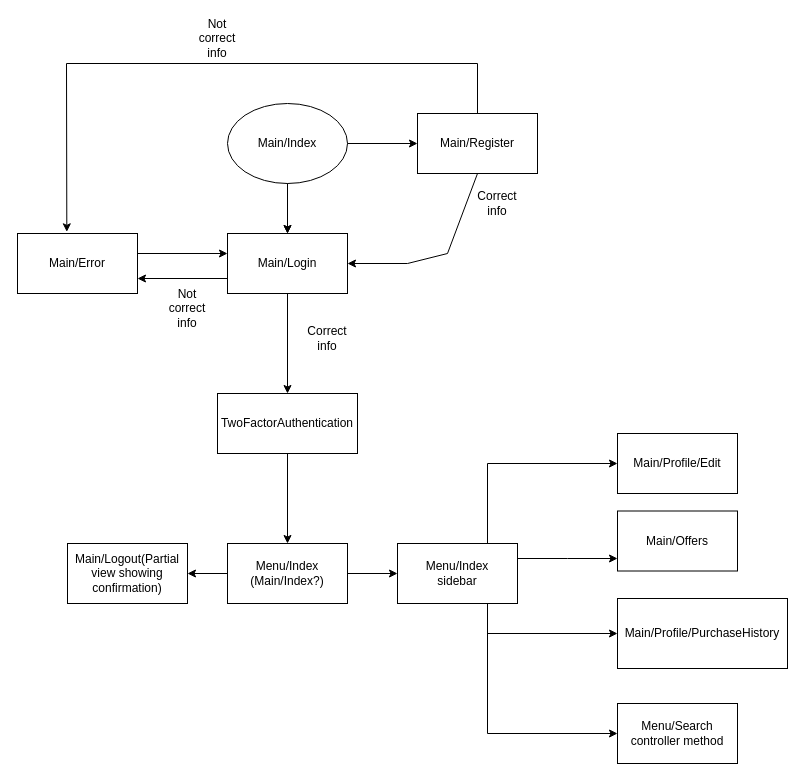
Earlier version of the draw.io diagram ERD and stuff/Flowchart.drawio (Smuglyak/EcommerceProject). Source tidied: cells renumbered, new cells numbered last; positions are measured from the earlier drawing's top-left corner, leaving out a move shared by most shapes. Both pictures are drawn from the tidied source at 100%, with x=0, y=0 at pixel (17, 23).
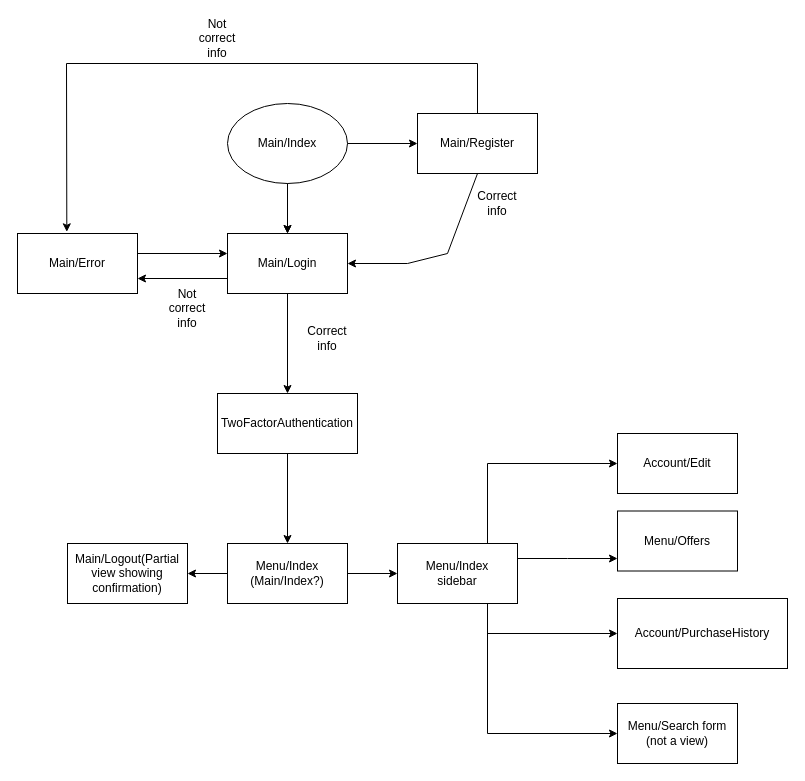
Above is the later version.

What changed in the source:
```diff
@@
-    <mxCell id="21" value="Main/Profile/PurchaseHistory" style="rounded=0;whiteSpace=wrap;html=1;" parent="1" vertex="1">
+    <mxCell id="21" value="Account/PurchaseHistory" style="rounded=0;whiteSpace=wrap;html=1;" parent="1" vertex="1">
       <mxGeometry x="600" y="575" width="170" height="70" as="geometry" />
     </mxCell>
-    <mxCell id="22" value="Main/Offers" style="rounded=0;whiteSpace=wrap;html=1;" parent="1" vertex="1">
+    <mxCell id="22" value="Menu/Offers" style="rounded=0;whiteSpace=wrap;html=1;" parent="1" vertex="1">
       <mxGeometry x="600" y="487.5" width="120" height="60" as="geometry" />
     </mxCell>
-    <mxCell id="23" value="Main/Profile/Edit" style="whiteSpace=wrap;html=1;rounded=0;" parent="1" vertex="1">
+    <mxCell id="23" value="Account/Edit" style="whiteSpace=wrap;html=1;rounded=0;" parent="1" vertex="1">
       <mxGeometry x="600" y="410" width="120" height="60" as="geometry" />
     </mxCell>
@@
-    <mxCell id="25" value="Menu/Search controller method" style="whiteSpace=wrap;html=1;rounded=0;" parent="1" vertex="1">
+    <mxCell id="25" value="Menu/Search form (not a view)" style="whiteSpace=wrap;html=1;rounded=0;" parent="1" vertex="1">
       <mxGeometry x="600" y="680" width="120" height="60" as="geometry" />
     </mxCell>
```
